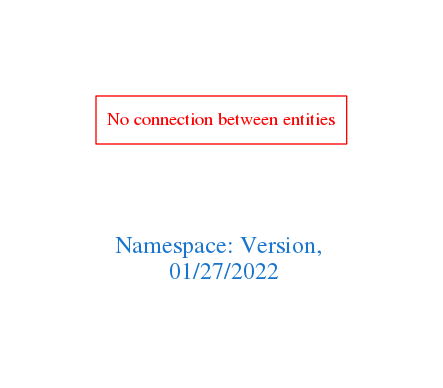
Above: downloads/Version.png in arago/OGIT (Graphviz), before the change. Its source is kept beside it as downloads/Version.dot.
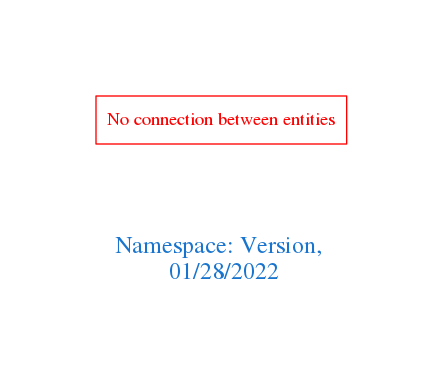
Later version of the same file.

Diff of the diagram source:
```diff
@@ -1,7 +1,7 @@
 digraph OGIT_ontology {
  graph [ rankdir= LR,pad=1
 fontsize = 18,
-fontcolor= dodgerblue3,label = "\n\n\nNamespace: Version, \n 01/27/2022"];
+fontcolor= dodgerblue3,label = "\n\n\nNamespace: Version, \n 01/28/2022"];
 node[shape=polygon];
 edge [  color="gray81"];
 
```
